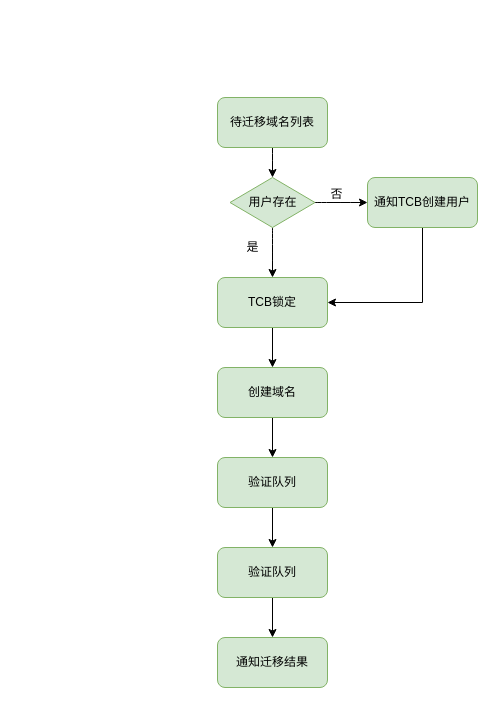
The draw.io diagram page "第 10 页" (10 of 11) of tcb.drawio in wwCrazy/resume, before the edit. Source tidied: cells renumbered, new cells numbered last; positions are measured from the earlier drawing's top-left corner, leaving out a move shared by most shapes. Both pictures are drawn from the tidied source at 100%, with x=0, y=0 at pixel (217, 97).
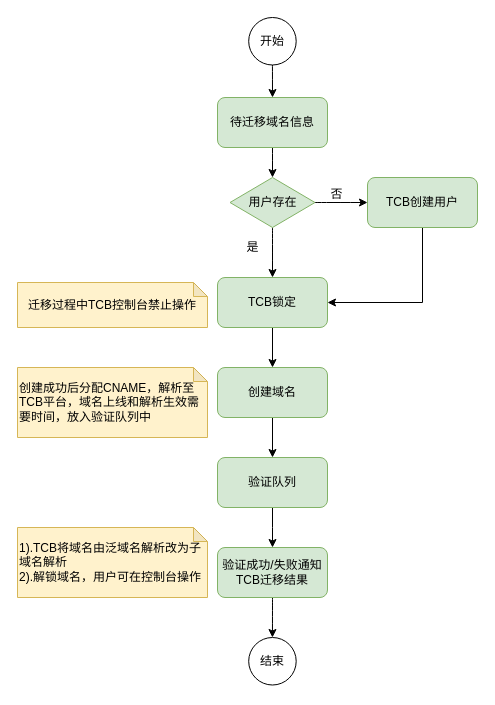
Above is the later version.

The change refers to these unchanged cells:
```xml
<mxCell id="9" value="验证队列" style="rounded=1;whiteSpace=wrap;html=1;fillColor=#d5e8d4;strokeColor=#82b366;" parent="1" vertex="1">
  <mxGeometry y="360" width="110" height="50" as="geometry" />
</mxCell>
```

The edit, as a diff of the source:
```diff
@@
-    <mxCell id="3" value="待迁移域名列表" style="rounded=1;whiteSpace=wrap;html=1;fillColor=#d5e8d4;strokeColor=#82b366;" parent="1" vertex="1">
+    <mxCell id="3" value="待迁移域名信息" style="rounded=1;whiteSpace=wrap;html=1;fillColor=#d5e8d4;strokeColor=#82b366;" parent="1" vertex="1">
       <mxGeometry width="110" height="50" as="geometry" />
     </mxCell>
@@
-    <mxCell id="8" style="edgeStyle=orthogonalEdgeStyle;rounded=0;jettySize=auto;html=1;exitX=0.5;exitY=1;exitDx=0;exitDy=0;entryX=0.5;entryY=0;entryDx=0;entryDy=0;" parent="1" edge="1" source="9" target="19">
-      <mxGeometry relative="1" as="geometry" />
+    <mxCell id="8" style="edgeStyle=orthogonalEdgeStyle;rounded=0;jettySize=auto;html=1;exitX=0.5;exitY=1;exitDx=0;exitDy=0;entryX=0.5;entryY=0;entryDx=0;entryDy=0;" parent="1" edge="1" source="9">
+      <mxGeometry relative="1" as="geometry">
+        <mxPoint x="55" y="450" as="targetPoint" />
+      </mxGeometry>
     </mxCell>
@@
+    <mxCell id="20" style="edgeStyle=orthogonalEdgeStyle;curved=1;rounded=0;jettySize=auto;html=1;exitX=0.5;exitY=1;exitDx=0;exitDy=0;entryX=0.5;entryY=0;entryDx=0;entryDy=0;strokeWidth=1;" parent="1" edge="1" source="10" target="23">
+      <mxGeometry relative="1" as="geometry" />
+    </mxCell>
-    <mxCell id="10" value="通知迁移结果" style="rounded=1;whiteSpace=wrap;html=1;fillColor=#d5e8d4;strokeColor=#82b366;" parent="1" vertex="1">
-      <mxGeometry y="540" width="110" height="50" as="geometry" />
+    <mxCell id="10" value="验证成功/失败通知TCB迁移结果" style="rounded=1;whiteSpace=wrap;html=1;fillColor=#d5e8d4;strokeColor=#82b366;" parent="1" vertex="1">
+      <mxGeometry y="450" width="110" height="50" as="geometry" />
     </mxCell>
@@
-    <mxCell id="15" value="通知TCB创建用户" style="rounded=1;whiteSpace=wrap;html=1;fillColor=#d5e8d4;strokeColor=#82b366;" parent="1" vertex="1">
+    <mxCell id="15" value="TCB创建用户" style="rounded=1;whiteSpace=wrap;html=1;fillColor=#d5e8d4;strokeColor=#82b366;" parent="1" vertex="1">
       <mxGeometry x="150" y="80" width="110" height="50" as="geometry" />
     </mxCell>
@@
-    <mxCell id="18" style="edgeStyle=orthogonalEdgeStyle;rounded=0;jettySize=auto;html=1;exitX=0.5;exitY=1;exitDx=0;exitDy=0;" parent="1" edge="1" source="19" target="10">
-      <mxGeometry relative="1" as="geometry" />
-    </mxCell>
-    <mxCell id="19" value="验证队列" style="rounded=1;whiteSpace=wrap;html=1;fillColor=#d5e8d4;strokeColor=#82b366;" parent="1" vertex="1">
-      <mxGeometry y="450" width="110" height="50" as="geometry" />
-    </mxCell>
+    <mxCell id="21" style="edgeStyle=orthogonalEdgeStyle;curved=1;rounded=0;jettySize=auto;html=1;exitX=0.5;exitY=1;exitDx=0;exitDy=0;entryX=0.5;entryY=0;entryDx=0;entryDy=0;strokeWidth=1;" parent="1" edge="1" source="22" target="3">
+      <mxGeometry relative="1" as="geometry" />
+    </mxCell>
+    <mxCell id="22" value="开始" style="ellipse;whiteSpace=wrap;html=1;" parent="1" vertex="1">
+      <mxGeometry x="31.2" y="-80" width="47.5" height="47.5" as="geometry" />
+    </mxCell>
+    <mxCell id="23" value="结束" style="ellipse;whiteSpace=wrap;html=1;" parent="1" vertex="1">
+      <mxGeometry x="31.2" y="540" width="47.5" height="47.5" as="geometry" />
+    </mxCell>
+    <mxCell id="24" value="迁移过程中TCB控制台禁止操作" style="shape=note;whiteSpace=wrap;html=1;backgroundOutline=1;darkOpacity=0.05;fillColor=#fff2cc;strokeColor=#d6b656;size=14;" parent="1" vertex="1">
+      <mxGeometry x="-200" y="185" width="190" height="45" as="geometry" />
+    </mxCell>
+    <mxCell id="25" value="创建成功后分配CNAME，解析至TCB平台，域名上线和解析生效需要时间，放入验证队列中" style="shape=note;whiteSpace=wrap;html=1;backgroundOutline=1;darkOpacity=0.05;fillColor=#fff2cc;strokeColor=#d6b656;size=14;align=left;" parent="1" vertex="1">
+      <mxGeometry x="-200" y="270" width="190" height="70" as="geometry" />
+    </mxCell>
+    <mxCell id="26" value="1).TCB将域名由泛域名解析改为子域名解析&lt;br&gt;2).解锁域名，用户可在控制台操作" style="shape=note;whiteSpace=wrap;html=1;backgroundOutline=1;darkOpacity=0.05;fillColor=#fff2cc;strokeColor=#d6b656;size=14;align=left;" parent="1" vertex="1">
+      <mxGeometry x="-200" y="430" width="190" height="70" as="geometry" />
+    </mxCell>
```
